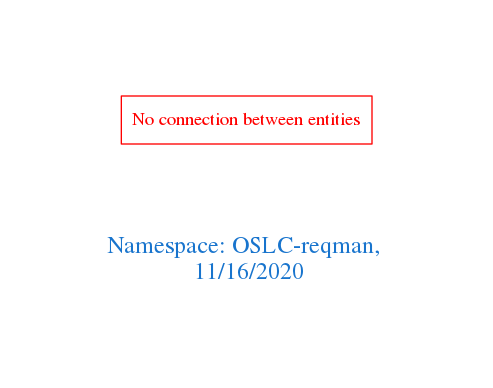
The Graphviz diagram downloads/OSLC-reqman.png in arago/OGIT, before a commit. Its source is kept beside it as downloads/OSLC-reqman.dot.
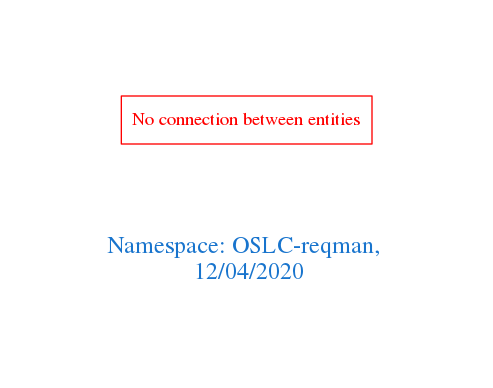
Above is the later version.

Diff of the diagram source:
```diff
@@ -1,7 +1,7 @@
 digraph OGIT_ontology {
  graph [ rankdir= LR,pad=1
 fontsize = 18,
-fontcolor= dodgerblue3,label = "\n\n\nNamespace: OSLC-reqman, \n 11/16/2020"];
+fontcolor= dodgerblue3,label = "\n\n\nNamespace: OSLC-reqman, \n 12/04/2020"];
 node[shape=polygon];
 edge [  color="gray81"];
 
```
